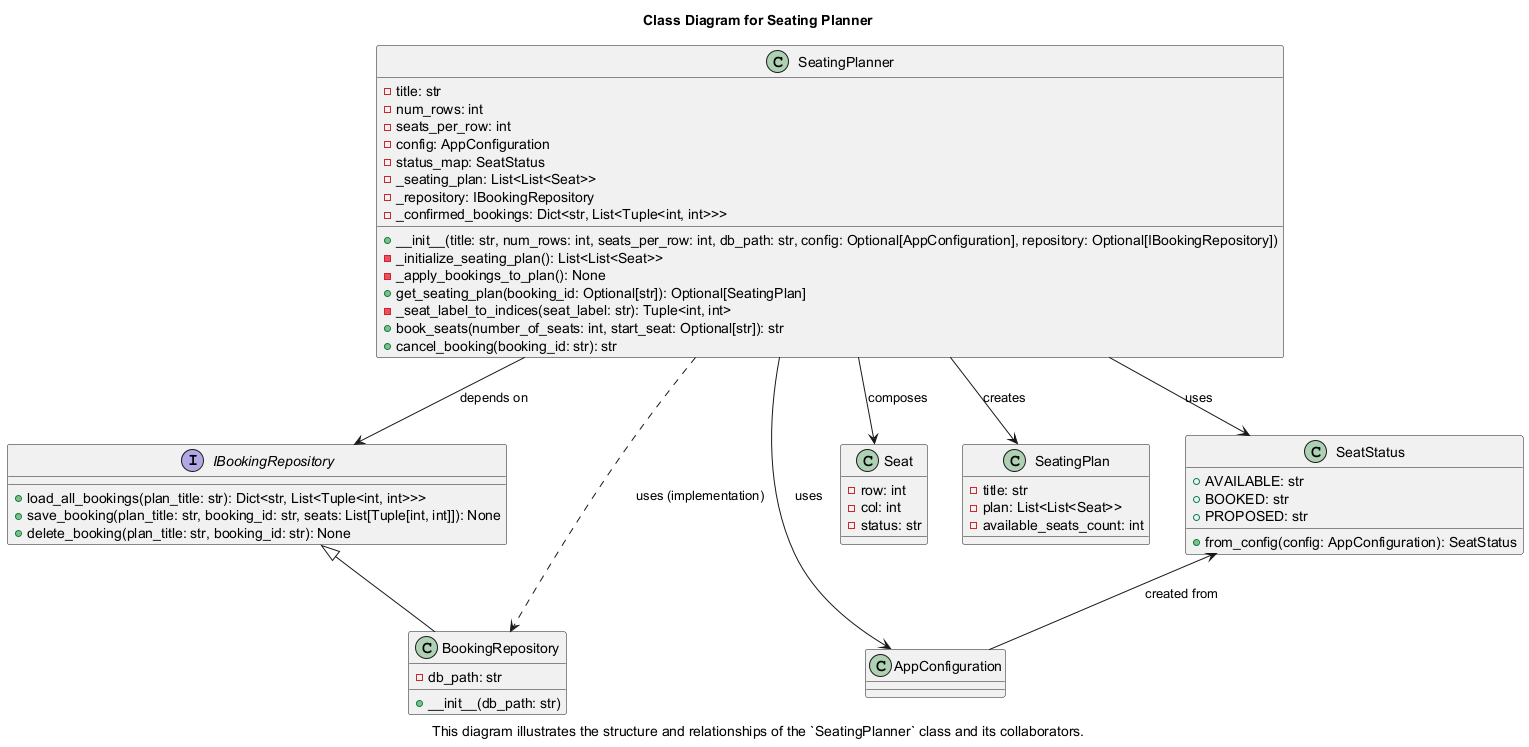
Before: aws/cinema/docs/seating_planner.png, a diagram exported from PlantUML (ongzhixian/PersonalFinanceTracker).
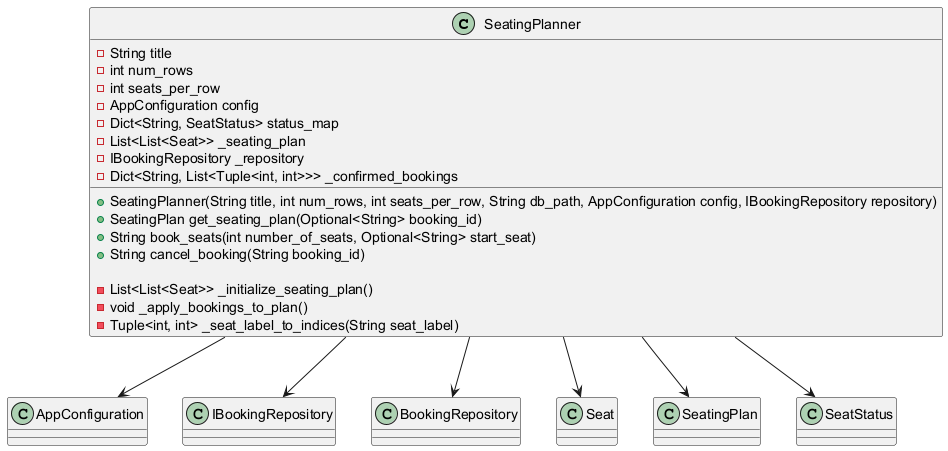
Above is the later version.

Commit message:
update seating_planner

The edit, as a diff of the source:
```diff
@@ -1,68 +1,35 @@
 @startuml
+class SeatingPlanner {
+    - String title
+    - int num_rows
+    - int seats_per_row
+    - AppConfiguration config
+    - Dict<String, SeatStatus> status_map
+    - List<List<Seat>> _seating_plan
+    - IBookingRepository _repository
+    - Dict<String, List<Tuple<int, int>>> _confirmed_bookings
 
-title Class Diagram for Seating Planner
-caption This diagram illustrates the structure and relationships of the `SeatingPlanner` class and its collaborators.
+    + SeatingPlanner(String title, int num_rows, int seats_per_row, String db_path, AppConfiguration config, IBookingRepository repository)
+    + SeatingPlan get_seating_plan(Optional<String> booking_id)
+    + String book_seats(int number_of_seats, Optional<String> start_seat)
+    + String cancel_booking(String booking_id)
 
-class SeatingPlanner {
-    - title: str
-    - num_rows: int
-    - seats_per_row: int
-    - config: AppConfiguration
-    - status_map: SeatStatus
-    - _seating_plan: List<List<Seat>>
-    - _repository: IBookingRepository
-    - _confirmed_bookings: Dict<str, List<Tuple<int, int>>>
-    + __init__(title: str, num_rows: int, seats_per_row: int, db_path: str, config: Optional[AppConfiguration], repository: Optional[IBookingRepository])
-    - _initialize_seating_plan(): List<List<Seat>>
-    - _apply_bookings_to_plan(): None
-    + get_seating_plan(booking_id: Optional[str]): Optional[SeatingPlan]
-    - _seat_label_to_indices(seat_label: str): Tuple<int, int>
-    + book_seats(number_of_seats: int, start_seat: Optional[str]): str
-    + cancel_booking(booking_id: str): str
+    - List<List<Seat>> _initialize_seating_plan()
+    - void _apply_bookings_to_plan()
+    - Tuple<int, int> _seat_label_to_indices(String seat_label)
 }
 
-interface IBookingRepository {
-    + load_all_bookings(plan_title: str): Dict<str, List<Tuple<int, int>>>
-    + save_booking(plan_title: str, booking_id: str, seats: List[Tuple[int, int]]): None
-    + delete_booking(plan_title: str, booking_id: str): None
-}
+class AppConfiguration
+class IBookingRepository
+class BookingRepository
+class Seat
+class SeatingPlan
+class SeatStatus
 
-class BookingRepository {
-    - db_path: str
-    + __init__(db_path: str)
-}
-
-class AppConfiguration {
-}
-
-class Seat {
-    - row: int
-    - col: int
-    - status: str
-}
-
-class SeatingPlan {
-    - title: str
-    - plan: List<List<Seat>>
-    - available_seats_count: int
-}
-
-class SeatStatus {
-    + from_config(config: AppConfiguration): SeatStatus
-    + AVAILABLE: str
-    + BOOKED: str
-    + PROPOSED: str
-}
-
-SeatingPlanner --> AppConfiguration : uses
-SeatingPlanner --> IBookingRepository : depends on
-SeatingPlanner ..> BookingRepository : uses (implementation)
-SeatingPlanner --> Seat : composes
-SeatingPlanner --> SeatingPlan : creates
-SeatingPlanner --> SeatStatus : uses
-
-IBookingRepository <|-- BookingRepository
-
-SeatStatus <-- AppConfiguration : created from
-
+SeatingPlanner --> AppConfiguration
+SeatingPlanner --> IBookingRepository
+SeatingPlanner --> BookingRepository
+SeatingPlanner --> Seat
+SeatingPlanner --> SeatingPlan
+SeatingPlanner --> SeatStatus
 @enduml
```
